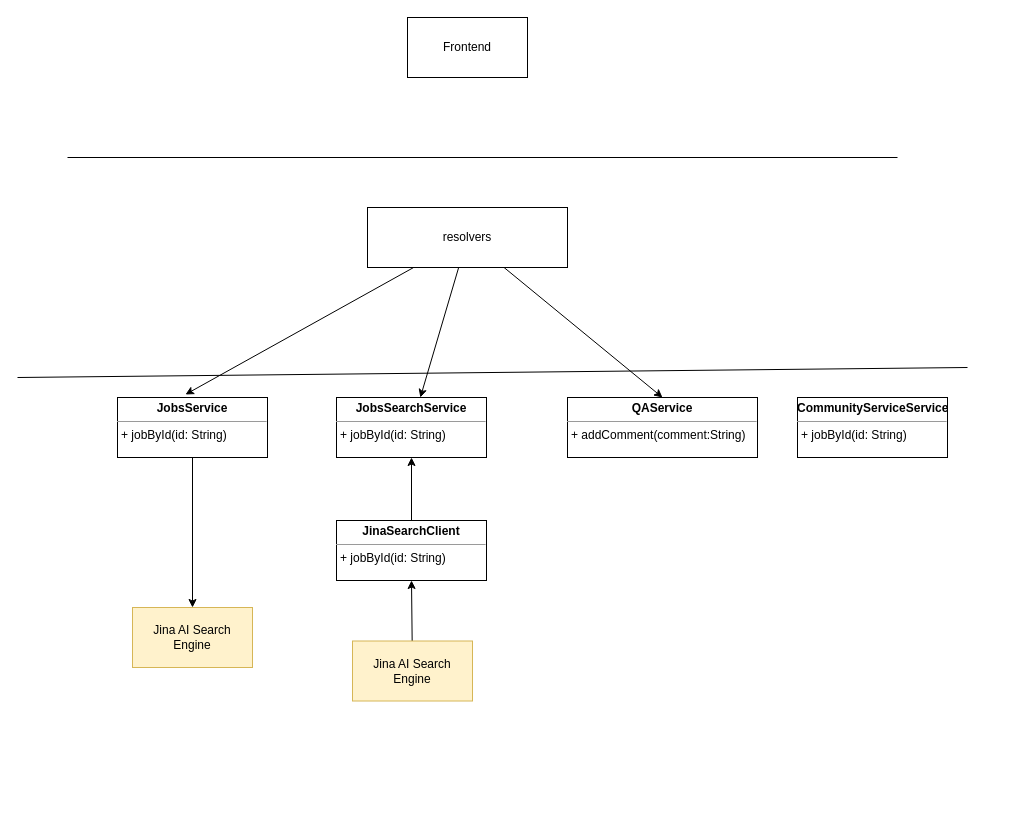
This is page "Backend Class Diagram" (1 of 5) of backend/diagrams.drawio from qiusuo-fuyuan/eagleeyejobs, a draw.io file, before an edit. Source tidied: cells renumbered, new cells numbered last; positions are measured from the earlier drawing's top-left corner, leaving out a move shared by most shapes. Both pictures are drawn from the tidied source at 100%, with x=0, y=0 at pixel (17, 17).
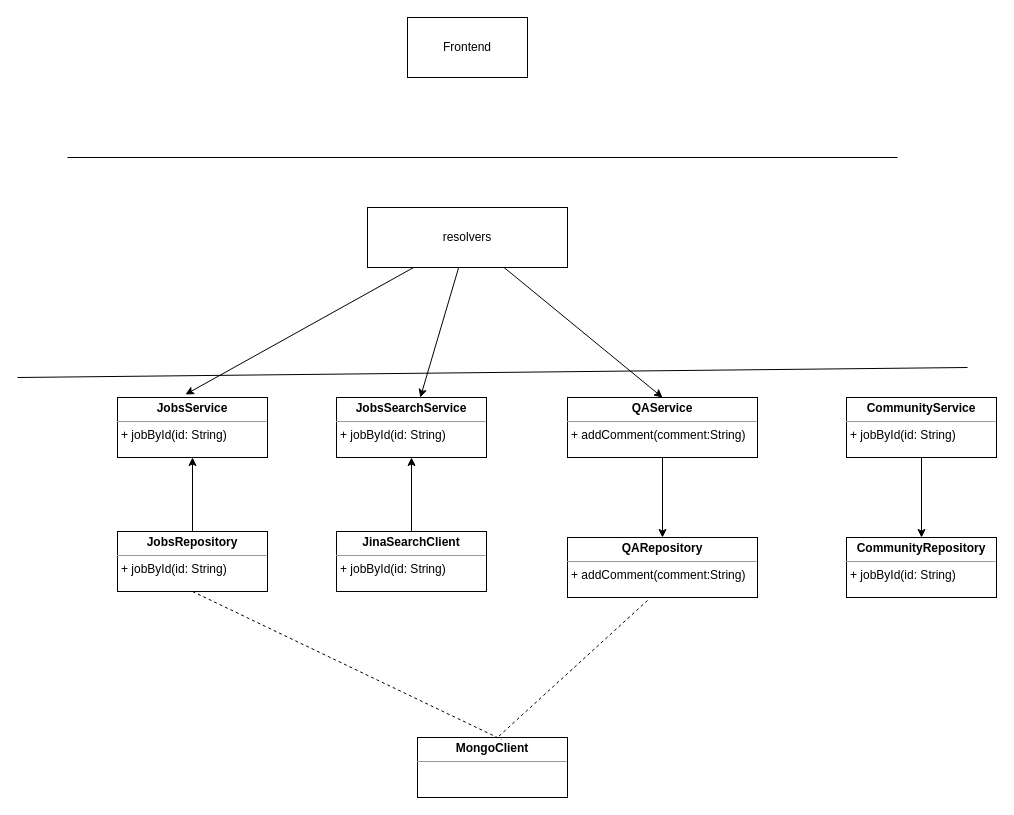
After the change.

Commit message:
issue-1/mongo-db-client: update backend architecture draw io

The change refers to these unchanged cells:
```xml
<mxCell id="3" value="&lt;p style=&quot;margin:0px;margin-top:4px;text-align:center;&quot;&gt;&lt;b&gt;JobsService&lt;/b&gt;&lt;/p&gt;&lt;hr size=&quot;1&quot;&gt;&lt;p style=&quot;margin:0px;margin-left:4px;&quot;&gt;+ jobById(id: String)&lt;/p&gt;" style="verticalAlign=top;align=left;overflow=fill;fontSize=12;fontFamily=Helvetica;html=1;" parent="1" vertex="1">
  <mxGeometry x="100" y="380" width="150" height="60" as="geometry" />
</mxCell>
<mxCell id="13" value="&lt;p style=&quot;margin: 0px ; margin-top: 4px ; text-align: center&quot;&gt;&lt;b&gt;QAService&lt;/b&gt;&lt;/p&gt;&lt;hr size=&quot;1&quot;&gt;&lt;p style=&quot;margin: 0px ; margin-left: 4px&quot;&gt;+ addComment(comment:String)&lt;/p&gt;" style="verticalAlign=top;align=left;overflow=fill;fontSize=12;fontFamily=Helvetica;html=1;" parent="1" vertex="1">
  <mxGeometry x="550" y="380" width="190" height="60" as="geometry" />
</mxCell>
```

What changed in the source:
```diff
@@
-    <mxCell id="2" style="edgeStyle=none;html=1;" parent="1" edge="1" source="3" target="11">
-      <mxGeometry relative="1" as="geometry" />
-    </mxCell>
@@
     <mxCell id="6" value="&lt;p style=&quot;margin:0px;margin-top:4px;text-align:center;&quot;&gt;&lt;b&gt;JinaSearchClient&lt;/b&gt;&lt;/p&gt;&lt;hr size=&quot;1&quot;&gt;&lt;p style=&quot;margin:0px;margin-left:4px;&quot;&gt;+ jobById(id: String)&lt;/p&gt;" style="verticalAlign=top;align=left;overflow=fill;fontSize=12;fontFamily=Helvetica;html=1;" parent="1" vertex="1">
-      <mxGeometry x="319" y="503" width="150" height="60" as="geometry" />
+      <mxGeometry x="319" y="514" width="150" height="60" as="geometry" />
     </mxCell>
@@
-    <mxCell id="8" style="edgeStyle=none;html=1;entryX=0.5;entryY=1;entryDx=0;entryDy=0;" parent="1" edge="1" source="9" target="6">
-      <mxGeometry relative="1" as="geometry" />
-    </mxCell>
-    <mxCell id="9" value="Jina AI Search Engine" style="rounded=0;whiteSpace=wrap;html=1;fillColor=#fff2cc;strokeColor=#d6b656;" parent="1" vertex="1">
-      <mxGeometry x="335" y="623.5" width="120" height="60" as="geometry" />
-    </mxCell>
@@
-    <mxCell id="11" value="Jina AI Search Engine" style="rounded=0;whiteSpace=wrap;html=1;fillColor=#fff2cc;strokeColor=#d6b656;" parent="1" vertex="1">
-      <mxGeometry x="115" y="590" width="120" height="60" as="geometry" />
-    </mxCell>
@@
+    <mxCell id="19" style="edgeStyle=none;html=1;" parent="1" edge="1" source="13" target="23">
+      <mxGeometry relative="1" as="geometry" />
+    </mxCell>
@@
+    <mxCell id="20" style="edgeStyle=none;html=1;" parent="1" edge="1" source="14" target="24">
+      <mxGeometry relative="1" as="geometry" />
+    </mxCell>
-    <mxCell id="14" value="&lt;p style=&quot;margin: 0px ; margin-top: 4px ; text-align: center&quot;&gt;&lt;b&gt;CommunityServiceService&lt;/b&gt;&lt;/p&gt;&lt;hr size=&quot;1&quot;&gt;&lt;p style=&quot;margin: 0px ; margin-left: 4px&quot;&gt;+ jobById(id: String)&lt;/p&gt;" style="verticalAlign=top;align=left;overflow=fill;fontSize=12;fontFamily=Helvetica;html=1;" parent="1" vertex="1">
-      <mxGeometry x="780" y="380" width="150" height="60" as="geometry" />
+    <mxCell id="14" value="&lt;p style=&quot;margin: 0px ; margin-top: 4px ; text-align: center&quot;&gt;&lt;b&gt;CommunityService&lt;/b&gt;&lt;/p&gt;&lt;hr size=&quot;1&quot;&gt;&lt;p style=&quot;margin: 0px ; margin-left: 4px&quot;&gt;+ jobById(id: String)&lt;/p&gt;" style="verticalAlign=top;align=left;overflow=fill;fontSize=12;fontFamily=Helvetica;html=1;" parent="1" vertex="1">
+      <mxGeometry x="829" y="380" width="150" height="60" as="geometry" />
     </mxCell>
@@
+    <mxCell id="21" style="edgeStyle=none;html=1;entryX=0.5;entryY=1;entryDx=0;entryDy=0;" parent="1" edge="1" source="22" target="3">
+      <mxGeometry relative="1" as="geometry" />
+    </mxCell>
+    <mxCell id="22" value="&lt;p style=&quot;margin: 0px ; margin-top: 4px ; text-align: center&quot;&gt;&lt;b&gt;JobsRepository&lt;/b&gt;&lt;/p&gt;&lt;hr size=&quot;1&quot;&gt;&lt;p style=&quot;margin: 0px ; margin-left: 4px&quot;&gt;+ jobById(id: String)&lt;/p&gt;" style="verticalAlign=top;align=left;overflow=fill;fontSize=12;fontFamily=Helvetica;html=1;" parent="1" vertex="1">
+      <mxGeometry x="100" y="514" width="150" height="60" as="geometry" />
+    </mxCell>
+    <mxCell id="23" value="&lt;p style=&quot;margin: 0px ; margin-top: 4px ; text-align: center&quot;&gt;&lt;b&gt;QARepository&lt;/b&gt;&lt;/p&gt;&lt;hr size=&quot;1&quot;&gt;&lt;p style=&quot;margin: 0px ; margin-left: 4px&quot;&gt;+ addComment(comment:String)&lt;/p&gt;" style="verticalAlign=top;align=left;overflow=fill;fontSize=12;fontFamily=Helvetica;html=1;" parent="1" vertex="1">
+      <mxGeometry x="550" y="520" width="190" height="60" as="geometry" />
+    </mxCell>
+    <mxCell id="24" value="&lt;p style=&quot;margin: 0px ; margin-top: 4px ; text-align: center&quot;&gt;&lt;b&gt;CommunityRepository&lt;/b&gt;&lt;/p&gt;&lt;hr size=&quot;1&quot;&gt;&lt;p style=&quot;margin: 0px ; margin-left: 4px&quot;&gt;+ jobById(id: String)&lt;/p&gt;" style="verticalAlign=top;align=left;overflow=fill;fontSize=12;fontFamily=Helvetica;html=1;" parent="1" vertex="1">
+      <mxGeometry x="829" y="520" width="150" height="60" as="geometry" />
+    </mxCell>
+    <mxCell id="25" value="&lt;p style=&quot;margin: 0px ; margin-top: 4px ; text-align: center&quot;&gt;&lt;b&gt;MongoClient&lt;/b&gt;&lt;/p&gt;&lt;hr size=&quot;1&quot;&gt;&lt;p style=&quot;margin: 0px ; margin-left: 4px&quot;&gt;&lt;br&gt;&lt;/p&gt;" style="verticalAlign=top;align=left;overflow=fill;fontSize=12;fontFamily=Helvetica;html=1;" parent="1" vertex="1">
+      <mxGeometry x="400" y="720" width="150" height="60" as="geometry" />
+    </mxCell>
+    <mxCell id="26" style="endArrow=none;dashed=1;html=1;exitX=0.5;exitY=1;exitDx=0;exitDy=0;entryX=0.56;entryY=0.033;entryDx=0;entryDy=0;entryPerimeter=0;" parent="1" edge="1" source="22" target="25">
+      <mxGeometry relative="1" as="geometry" />
+    </mxCell>
+    <mxCell id="27" style="endArrow=none;dashed=1;html=1;exitX=0.421;exitY=1.05;exitDx=0;exitDy=0;exitPerimeter=0;" parent="1" edge="1" source="23">
+      <mxGeometry relative="1" as="geometry">
+        <mxPoint x="480" y="720" as="targetPoint" />
+      </mxGeometry>
+    </mxCell>
```
